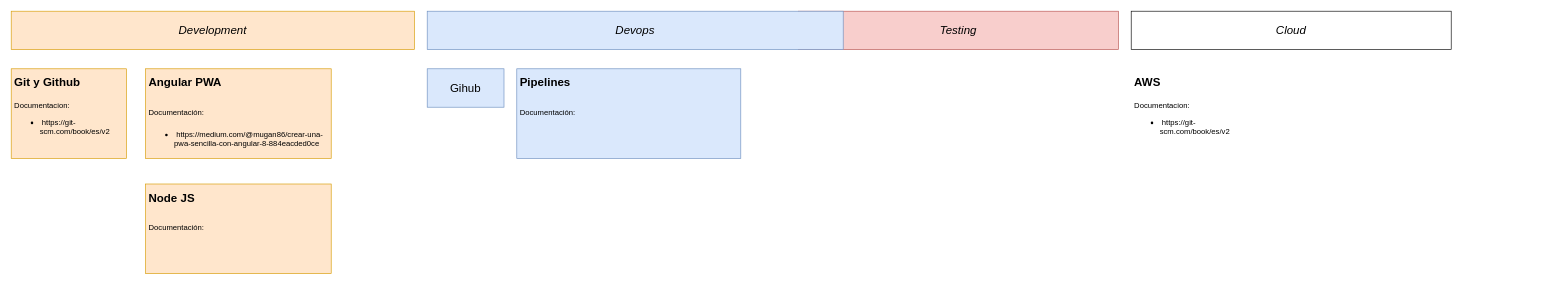
Before: page "Development roadmap" (1 of 2) of Notas de desarrollo influx.drawio in josemanuelep/my_dyagrams, a draw.io diagram. Source tidied: cells renumbered, new cells numbered last; positions are measured from the earlier drawing's top-left corner, leaving out a move shared by most shapes. Both pictures are drawn from the tidied source at 64%, with x=0, y=0 at pixel (11, 11).
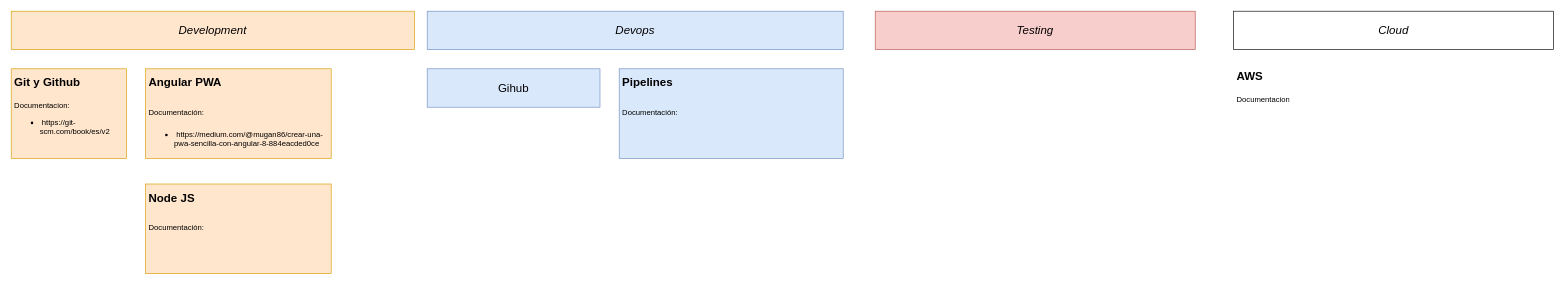
Above is the later version.

Diff of the diagram source:
```diff
@@
 <mxGraphModel>
   <root>
     <mxCell id="0" />
     <mxCell id="1" parent="0" />
     <mxCell id="2" value="Development" style="rounded=0;whiteSpace=wrap;html=1;fillColor=#ffe6cc;strokeColor=#d79b00;fontSize=18;fontStyle=2;" parent="1" vertex="1">
       <mxGeometry width="630" height="60" as="geometry" />
     </mxCell>
     <mxCell id="3" value="Testing" style="rounded=0;whiteSpace=wrap;html=1;fillColor=#f8cecc;strokeColor=#b85450;fontSize=18;fontStyle=2;" parent="1" vertex="1">
-      <mxGeometry x="1230" width="500" height="60" as="geometry" />
+      <mxGeometry x="1350" width="500" height="60" as="geometry" />
     </mxCell>
     <mxCell id="4" value="Devops" style="rounded=0;whiteSpace=wrap;html=1;fillColor=#dae8fc;strokeColor=#6c8ebf;fontSize=18;fontStyle=2;" parent="1" vertex="1">
       <mxGeometry x="650" width="650" height="60" as="geometry" />
     </mxCell>
     <mxCell id="5" value="Cloud" style="rounded=0;whiteSpace=wrap;html=1;fontSize=18;fontStyle=2;" parent="1" vertex="1">
-      <mxGeometry x="1750" width="500" height="60" as="geometry" />
+      <mxGeometry x="1910" width="500" height="60" as="geometry" />
     </mxCell>
     <mxCell id="6" value="&lt;h1&gt;&lt;font style=&quot;font-size: 18px&quot;&gt;Git y Github&lt;/font&gt;&lt;/h1&gt;&lt;p&gt;Documentacion:&lt;/p&gt;&lt;p&gt;&lt;/p&gt;&lt;ul&gt;&lt;li&gt;&amp;nbsp;https://git-scm.com/book/es/v2&lt;/li&gt;&lt;/ul&gt;&lt;p&gt;&lt;/p&gt;" style="text;html=1;strokeColor=#d79b00;fillColor=#ffe6cc;spacing=5;spacingTop=-20;whiteSpace=wrap;overflow=hidden;rounded=0;" parent="1" vertex="1">
       <mxGeometry y="90" width="180" height="140" as="geometry" />
     </mxCell>
     <mxCell id="7" value="&lt;h1&gt;&lt;span style=&quot;font-size: 18px&quot;&gt;Angular PWA&lt;/span&gt;&lt;/h1&gt;&lt;h1&gt;&lt;span style=&quot;font-size: 12px ; font-weight: normal&quot;&gt;Documentación:&lt;/span&gt;&lt;br&gt;&lt;/h1&gt;&lt;p&gt;&lt;/p&gt;&lt;ul&gt;&lt;li&gt;&amp;nbsp;https://medium.com/@mugan86/crear-una-pwa-sencilla-con-angular-8-884eacded0ce&lt;/li&gt;&lt;/ul&gt;&lt;p&gt;&lt;/p&gt;" style="text;html=1;strokeColor=#d79b00;fillColor=#ffe6cc;spacing=5;spacingTop=-20;whiteSpace=wrap;overflow=hidden;rounded=0;" parent="1" vertex="1">
       <mxGeometry x="210" y="90" width="290" height="140" as="geometry" />
     </mxCell>
     <mxCell id="8" value="&lt;h1&gt;&lt;span style=&quot;font-size: 18px&quot;&gt;Node JS&lt;/span&gt;&lt;/h1&gt;&lt;h1&gt;&lt;span style=&quot;font-size: 12px ; font-weight: normal&quot;&gt;Documentación:&lt;/span&gt;&lt;/h1&gt;&lt;p&gt;&lt;/p&gt;" style="text;html=1;strokeColor=#d79b00;fillColor=#ffe6cc;spacing=5;spacingTop=-20;whiteSpace=wrap;overflow=hidden;rounded=0;" parent="1" vertex="1">
       <mxGeometry x="210" y="270" width="290" height="140" as="geometry" />
     </mxCell>
     <mxCell id="9" value="Gihub" style="rounded=0;whiteSpace=wrap;html=1;fontSize=18;fillColor=#dae8fc;strokeColor=#6c8ebf;" parent="1" vertex="1">
-      <mxGeometry x="650" y="90" width="120" height="60" as="geometry" />
+      <mxGeometry x="650" y="90" width="270" height="60" as="geometry" />
     </mxCell>
     <mxCell id="10" value="&lt;h1&gt;&lt;span style=&quot;font-size: 18px&quot;&gt;Pipelines&lt;/span&gt;&lt;/h1&gt;&lt;h1&gt;&lt;span style=&quot;font-size: 12px ; font-weight: normal&quot;&gt;Documentación:&lt;/span&gt;&lt;/h1&gt;&lt;p&gt;&lt;/p&gt;" style="text;html=1;strokeColor=#6c8ebf;fillColor=#dae8fc;spacing=5;spacingTop=-20;whiteSpace=wrap;overflow=hidden;rounded=0;" parent="1" vertex="1">
-      <mxGeometry x="790" y="90" width="350" height="140" as="geometry" />
+      <mxGeometry x="950" y="90" width="350" height="140" as="geometry" />
     </mxCell>
-    <mxCell id="11" value="&lt;h1&gt;&lt;font style=&quot;font-size: 18px&quot;&gt;AWS&lt;/font&gt;&lt;/h1&gt;&lt;p&gt;Documentacion:&lt;/p&gt;&lt;p&gt;&lt;/p&gt;&lt;ul&gt;&lt;li&gt;&amp;nbsp;https://git-scm.com/book/es/v2&lt;/li&gt;&lt;/ul&gt;&lt;p&gt;&lt;/p&gt;" style="text;html=1;spacing=5;spacingTop=-20;whiteSpace=wrap;overflow=hidden;rounded=0;" parent="1" vertex="1">
-      <mxGeometry x="1750" y="90" width="180" height="140" as="geometry" />
+    <mxCell id="11" value="&lt;h1&gt;&lt;font style=&quot;font-size: 18px&quot;&gt;AWS&lt;/font&gt;&lt;/h1&gt;&lt;p&gt;Documentacion&lt;/p&gt;&lt;p&gt;&lt;/p&gt;" style="text;html=1;spacing=5;spacingTop=-20;whiteSpace=wrap;overflow=hidden;rounded=0;" parent="1" vertex="1">
+      <mxGeometry x="1910" y="80" width="180" height="140" as="geometry" />
     </mxCell>
   </root>
 </mxGraphModel>
```
